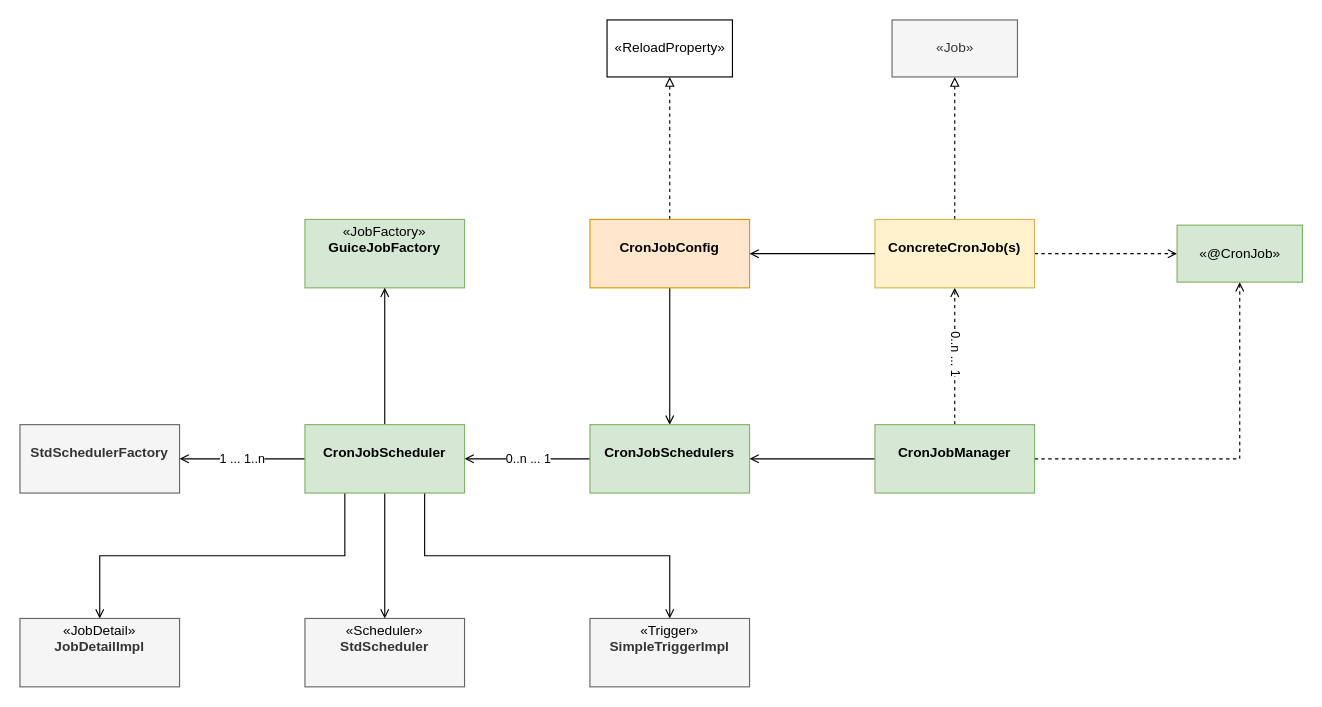
This is leyan/policy/policy-quartz-component-class-diagram.drawio from GeekKwok/UML, a draw.io file, before an edit. Source tidied: cells renumbered, new cells numbered last; positions are measured from the earlier drawing's top-left corner, leaving out a move shared by most shapes. Both pictures are drawn from the tidied source at 114%, with x=0, y=0 at pixel (19, 19).
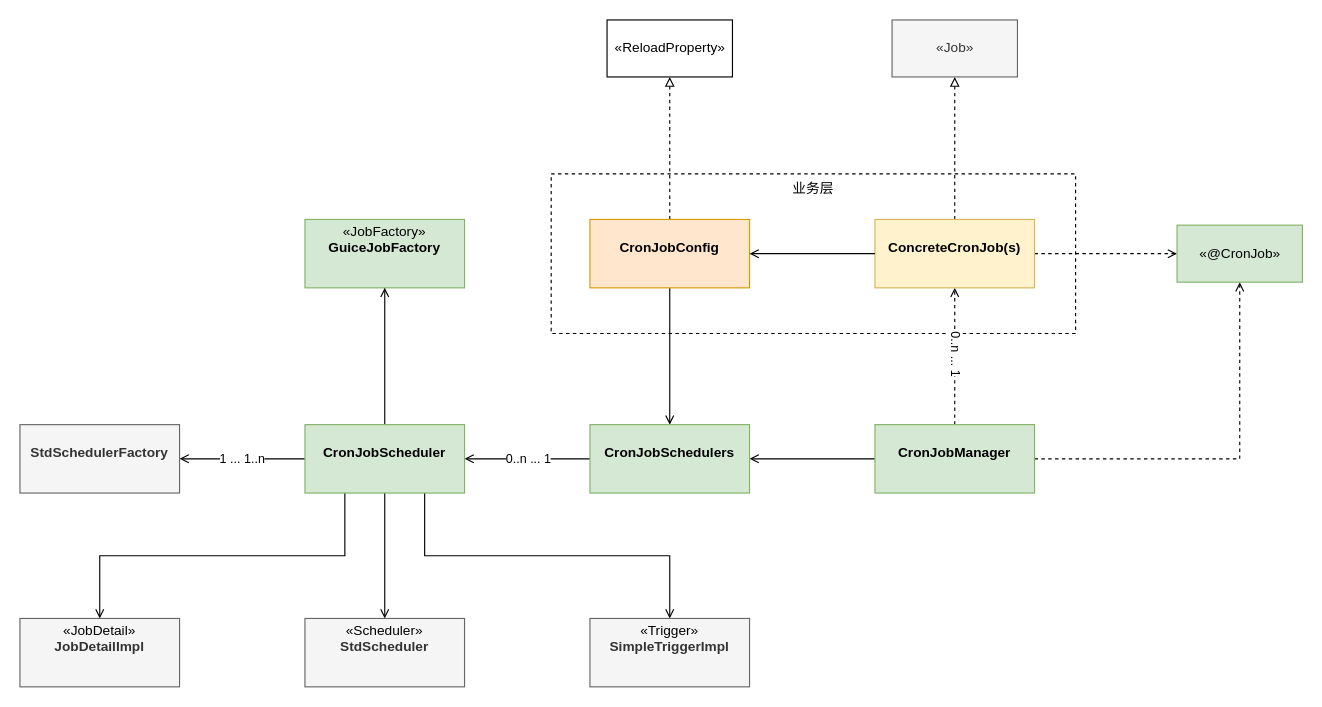
The same diagram, later.

The edit, as a diff of the source:
```diff
@@
+    <mxCell id="33" value="业务层&lt;br&gt;&lt;br&gt;&lt;br&gt;&lt;br&gt;&lt;br&gt;&lt;br&gt;&lt;br&gt;&lt;br&gt;&lt;br&gt;" style="rounded=0;whiteSpace=wrap;html=1;dashed=1;" parent="1" vertex="1">
+      <mxGeometry x="466" y="135" width="460" height="140" as="geometry" />
+    </mxCell>
```
